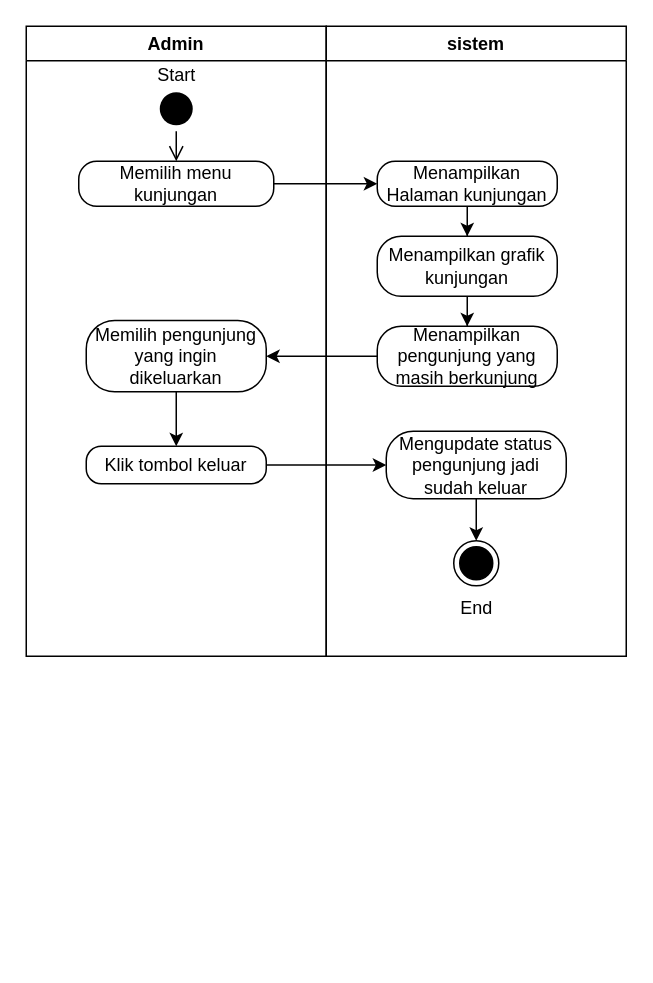
The draw.io diagram page "ad_admin_kunjungan" (2 of 5) of gambar gambar/admin use case diagram.drawio in dzreexx/Full-files-skripsi, before the edit. Source tidied: cells renumbered, new cells numbered last; positions are measured from the earlier drawing's top-left corner, leaving out a move shared by most shapes. Both pictures are drawn from the tidied source at 150%, with x=0, y=0 at pixel (26, 26).
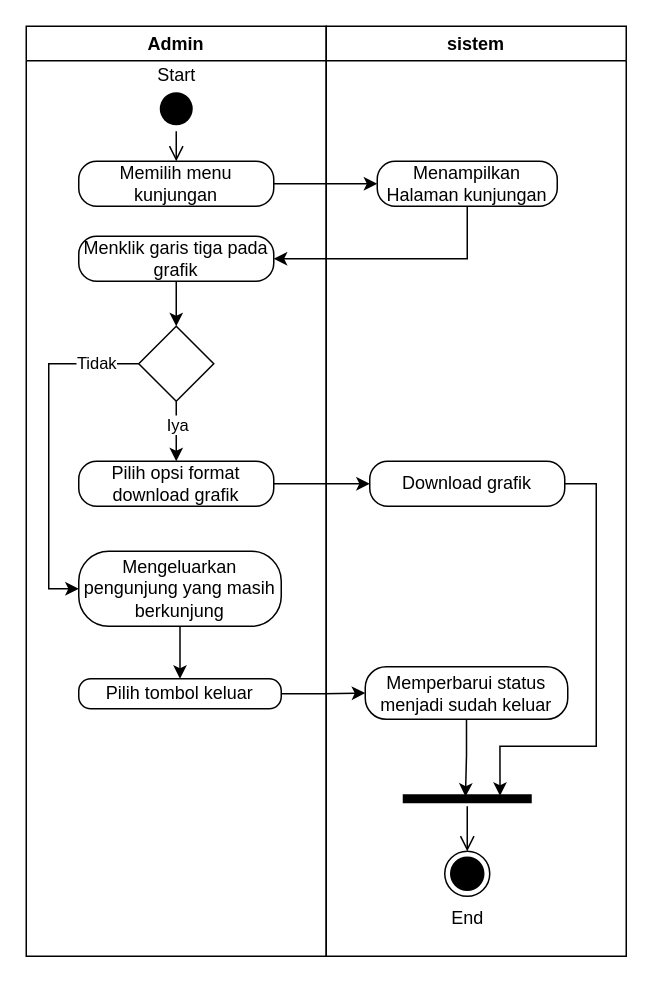
After the change.

Unchanged cells that the change refers to:
```xml
<mxCell id="11" value="Menampilkan Halaman kunjungan" style="rounded=1;whiteSpace=wrap;html=1;arcSize=40;" parent="9" vertex="1">
  <mxGeometry x="34" y="90" width="120" height="30" as="geometry" />
</mxCell>
```

Change to the diagram source:
```diff
@@
     <mxCell id="2" value="Admin" style="swimlane;" parent="1" vertex="1">
-      <mxGeometry width="200" height="420" as="geometry" />
+      <mxGeometry width="200" height="620" as="geometry" />
     </mxCell>
@@
-    <mxCell id="6" style="edgeStyle=orthogonalEdgeStyle;rounded=0;jettySize=auto;html=1;" parent="2" edge="1" source="7" target="8">
-      <mxGeometry relative="1" as="geometry" />
-    </mxCell>
-    <mxCell id="7" value="Memilih pengunjung yang ingin dikeluarkan" style="rounded=1;whiteSpace=wrap;html=1;arcSize=40;" parent="2" vertex="1">
-      <mxGeometry x="40" y="196.2" width="120" height="47.5" as="geometry" />
-    </mxCell>
-    <mxCell id="8" value="Klik tombol keluar" style="rounded=1;whiteSpace=wrap;html=1;arcSize=40;" parent="2" vertex="1">
-      <mxGeometry x="40" y="280" width="120" height="25" as="geometry" />
-    </mxCell>
+    <mxCell id="23" style="edgeStyle=orthogonalEdgeStyle;rounded=0;jettySize=auto;html=1;" parent="2" edge="1" source="24" target="30">
+      <mxGeometry relative="1" as="geometry" />
+    </mxCell>
+    <mxCell id="24" value="Menklik garis tiga pada grafik" style="rounded=1;whiteSpace=wrap;html=1;arcSize=40;" parent="2" vertex="1">
+      <mxGeometry x="35" y="140" width="130" height="30" as="geometry" />
+    </mxCell>
+    <mxCell id="25" value="Pilih opsi format download grafik" style="rounded=1;whiteSpace=wrap;html=1;arcSize=40;" parent="2" vertex="1">
+      <mxGeometry x="35" y="290" width="130" height="30" as="geometry" />
+    </mxCell>
+    <mxCell id="26" style="edgeStyle=orthogonalEdgeStyle;rounded=0;jettySize=auto;html=1;" parent="2" edge="1" source="30" target="25">
+      <mxGeometry relative="1" as="geometry" />
+    </mxCell>
+    <mxCell id="27" value="Iya" style="edgeLabel;html=1;align=center;verticalAlign=middle;" parent="26" vertex="1">
+      <mxGeometry x="-0.25" relative="1" as="geometry" />
+    </mxCell>
+    <mxCell id="28" style="edgeStyle=orthogonalEdgeStyle;rounded=0;jettySize=auto;html=1;entryX=0;entryY=0.5;entryDx=0;entryDy=0;" parent="2" edge="1" source="30" target="32">
+      <mxGeometry relative="1" as="geometry">
+        <Array as="points">
+          <mxPoint x="15" y="225" />
+          <mxPoint x="15" y="375" />
+        </Array>
+      </mxGeometry>
+    </mxCell>
+    <mxCell id="29" value="Tidak" style="edgeLabel;html=1;align=center;verticalAlign=middle;" parent="28" vertex="1">
+      <mxGeometry x="-0.75" y="-1" relative="1" as="geometry" />
+    </mxCell>
+    <mxCell id="30" style="rhombus;whiteSpace=wrap;html=1;" parent="2" vertex="1">
+      <mxGeometry x="75" y="200" width="50" height="50" as="geometry" />
+    </mxCell>
+    <mxCell id="31" style="edgeStyle=orthogonalEdgeStyle;rounded=0;jettySize=auto;html=1;entryX=0.5;entryY=0;entryDx=0;entryDy=0;" parent="2" edge="1" source="32" target="33">
+      <mxGeometry relative="1" as="geometry" />
+    </mxCell>
+    <mxCell id="32" value="Mengeluarkan pengunjung yang masih berkunjung" style="rounded=1;whiteSpace=wrap;html=1;arcSize=40;" parent="2" vertex="1">
+      <mxGeometry x="35" y="350" width="135" height="50" as="geometry" />
+    </mxCell>
+    <mxCell id="33" value="Pilih tombol keluar" style="rounded=1;whiteSpace=wrap;html=1;arcSize=40;" parent="2" vertex="1">
+      <mxGeometry x="35" y="435" width="135" height="20" as="geometry" />
+    </mxCell>
     <mxCell id="9" value="sistem" style="swimlane;" parent="1" vertex="1">
-      <mxGeometry x="200" width="200" height="420" as="geometry" />
+      <mxGeometry x="200" width="200" height="620" as="geometry" />
     </mxCell>
-    <mxCell id="10" style="edgeStyle=orthogonalEdgeStyle;rounded=0;jettySize=auto;html=1;" parent="9" edge="1" source="11" target="14">
-      <mxGeometry relative="1" as="geometry" />
-    </mxCell>
@@
-    <mxCell id="12" value="Mengupdate status pengunjung jadi sudah keluar" style="rounded=1;whiteSpace=wrap;html=1;arcSize=40;" parent="9" vertex="1">
-      <mxGeometry x="40" y="270" width="120" height="45" as="geometry" />
-    </mxCell>
-    <mxCell id="13" style="edgeStyle=orthogonalEdgeStyle;rounded=0;jettySize=auto;html=1;" parent="9" edge="1" source="14" target="15">
-      <mxGeometry relative="1" as="geometry" />
-    </mxCell>
-    <mxCell id="14" value="Menampilkan grafik kunjungan" style="rounded=1;whiteSpace=wrap;html=1;arcSize=40;" parent="9" vertex="1">
-      <mxGeometry x="34" y="140" width="120" height="40" as="geometry" />
-    </mxCell>
-    <mxCell id="15" value="Menampilkan pengunjung yang masih berkunjung" style="rounded=1;whiteSpace=wrap;html=1;arcSize=40;" parent="9" vertex="1">
-      <mxGeometry x="34" y="200" width="120" height="40" as="geometry" />
-    </mxCell>
-    <mxCell id="16" style="edgeStyle=orthogonalEdgeStyle;rounded=0;jettySize=auto;html=1;" parent="9" edge="1" source="12" target="18">
-      <mxGeometry relative="1" as="geometry" />
-    </mxCell>
     <mxCell id="17" value="End" style="text;html=1;align=center;verticalAlign=middle;strokeColor=none;fillColor=none;" parent="9" vertex="1">
-      <mxGeometry x="80" y="373" width="40" height="30" as="geometry" />
+      <mxGeometry x="74" y="580" width="40" height="30" as="geometry" />
     </mxCell>
     <mxCell id="18" style="ellipse;html=1;shape=endState;fillColor=#000000;" parent="9" vertex="1">
-      <mxGeometry x="85" y="343" width="30" height="30" as="geometry" />
+      <mxGeometry x="79" y="550" width="30" height="30" as="geometry" />
     </mxCell>
+    <mxCell id="34" value="Download grafik" style="rounded=1;whiteSpace=wrap;html=1;arcSize=40;" parent="9" vertex="1">
+      <mxGeometry x="29" y="290" width="130" height="30" as="geometry" />
+    </mxCell>
+    <mxCell id="35" style="shape=line;html=1;strokeWidth=6;" parent="9" vertex="1">
+      <mxGeometry x="51" y="510" width="86" height="10" as="geometry" />
+    </mxCell>
+    <mxCell id="36" style="edgeStyle=orthogonalEdgeStyle;html=1;verticalAlign=bottom;endArrow=open;endSize=8;rounded=0;entryX=0.5;entryY=0;entryDx=0;entryDy=0;" parent="9" edge="1" source="35" target="18">
+      <mxGeometry relative="1" as="geometry" />
+    </mxCell>
+    <mxCell id="37" value="Memperbarui status menjadi sudah keluar" style="rounded=1;whiteSpace=wrap;html=1;arcSize=40;" parent="9" vertex="1">
+      <mxGeometry x="26" y="427" width="135" height="35" as="geometry" />
+    </mxCell>
+    <mxCell id="38" style="edgeStyle=orthogonalEdgeStyle;rounded=0;jettySize=auto;html=1;entryX=0.486;entryY=0.361;entryDx=0;entryDy=0;entryPerimeter=0;" parent="9" edge="1" source="37" target="35">
+      <mxGeometry relative="1" as="geometry" />
+    </mxCell>
+    <mxCell id="39" style="edgeStyle=orthogonalEdgeStyle;rounded=0;jettySize=auto;html=1;entryX=0.754;entryY=0.306;entryDx=0;entryDy=0;entryPerimeter=0;" parent="9" edge="1" source="34" target="35">
+      <mxGeometry relative="1" as="geometry">
+        <Array as="points">
+          <mxPoint x="180" y="305" />
+          <mxPoint x="180" y="480" />
+          <mxPoint x="116" y="480" />
+        </Array>
+      </mxGeometry>
+    </mxCell>
@@
-    <mxCell id="20" style="edgeStyle=orthogonalEdgeStyle;rounded=0;jettySize=auto;html=1;" parent="1" edge="1" source="8" target="12">
-      <mxGeometry relative="1" as="geometry" />
-    </mxCell>
@@
-    <mxCell id="22" style="edgeStyle=orthogonalEdgeStyle;rounded=0;jettySize=auto;html=1;" parent="1" edge="1" source="15" target="7">
-      <mxGeometry relative="1" as="geometry" />
-    </mxCell>
+    <mxCell id="10" style="edgeStyle=orthogonalEdgeStyle;rounded=0;jettySize=auto;html=1;entryX=1;entryY=0.5;entryDx=0;entryDy=0;" parent="1" edge="1" source="11" target="24">
+      <mxGeometry relative="1" as="geometry">
+        <Array as="points">
+          <mxPoint x="294" y="155" />
+        </Array>
+      </mxGeometry>
+    </mxCell>
+    <mxCell id="40" style="edgeStyle=orthogonalEdgeStyle;rounded=0;jettySize=auto;html=1;" parent="1" edge="1" source="25" target="34">
+      <mxGeometry relative="1" as="geometry" />
+    </mxCell>
+    <mxCell id="41" style="edgeStyle=orthogonalEdgeStyle;rounded=0;jettySize=auto;html=1;" parent="1" edge="1" source="33" target="37">
+      <mxGeometry relative="1" as="geometry" />
+    </mxCell>
```
